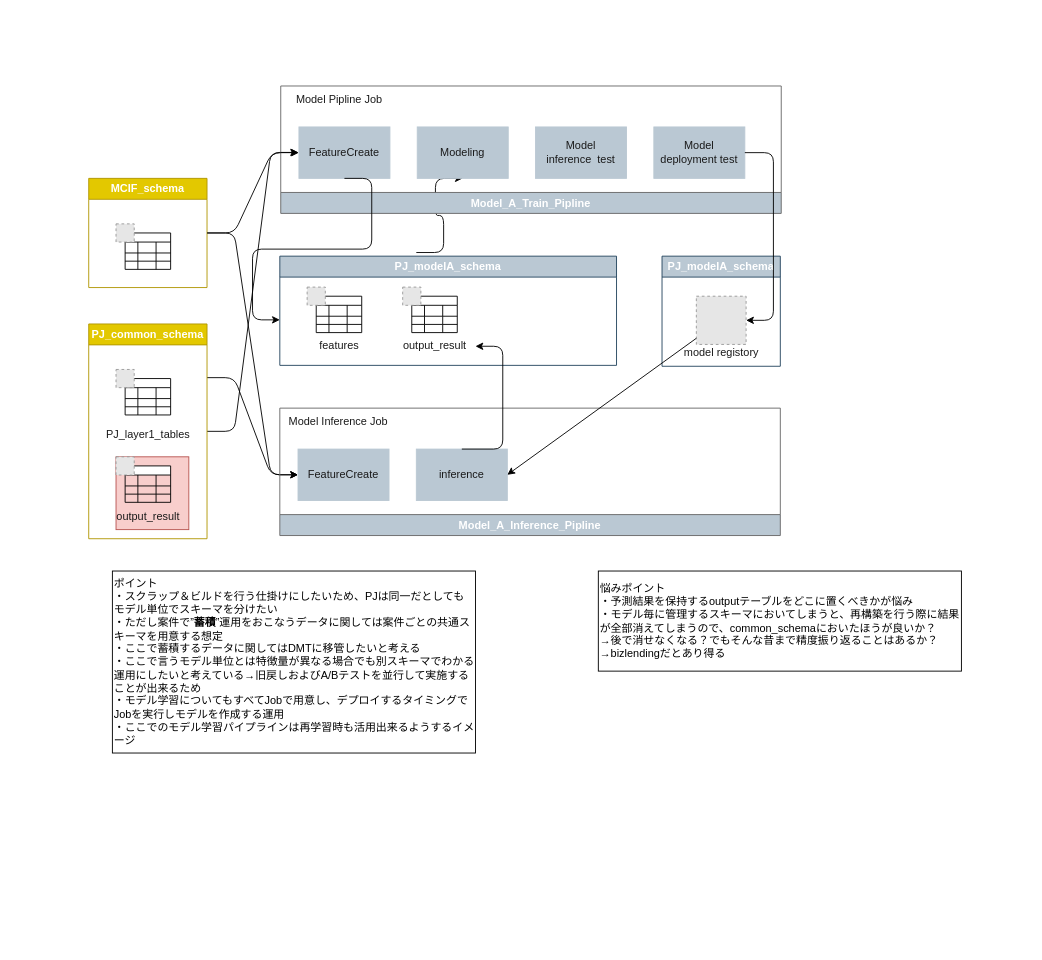
Before: page "new" (1 of 2) of mlops_flow.drawio in yuto-kobayashi-1/MLOps, a draw.io diagram. Source tidied: cells renumbered, new cells numbered last; positions are measured from the earlier drawing's top-left corner, leaving out a move shared by most shapes. Both pictures are drawn from the tidied source at 91%, with x=0, y=0 at pixel (88, 86). Pictures stored in the file or linked from it are replaced by grey dashed boxes.
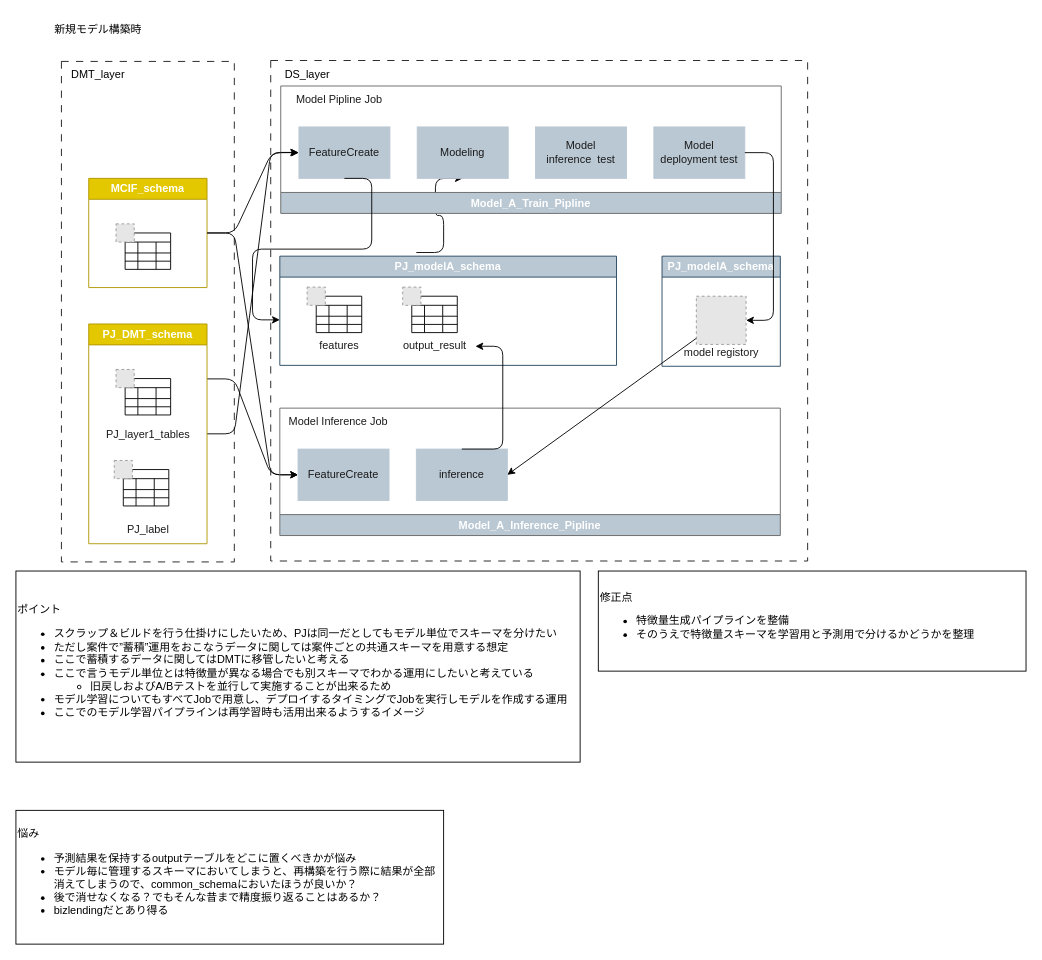
The same diagram, later.

Commit message:
add etl pipline

Change to the diagram source:
```diff
@@
+    <mxCell id="106" style="rounded=0;whiteSpace=wrap;html=1;fillColor=none;strokeColor=#1A1A1A;dashed=1;dashPattern=8 8;" parent="1" vertex="1">
+      <mxGeometry x="-30" y="-27" width="190" height="550" as="geometry" />
+    </mxCell>
+    <mxCell id="107" style="rounded=0;whiteSpace=wrap;html=1;fillColor=none;strokeColor=#1A1A1A;dashed=1;dashPattern=8 8;" parent="1" vertex="1">
+      <mxGeometry x="200" y="-28" width="590" height="550" as="geometry" />
+    </mxCell>
@@
-    <mxCell id="20" value="PJ_common_schema" style="swimlane;whiteSpace=wrap;html=1;fillColor=#e3c800;fontColor=#FFFFFF;strokeColor=#B09500;" parent="1" vertex="1">
-      <mxGeometry y="261.5" width="130" height="236" as="geometry" />
+    <mxCell id="20" value="PJ_DMT_schema" style="swimlane;whiteSpace=wrap;html=1;fillColor=#e3c800;fontColor=#FFFFFF;strokeColor=#B09500;" parent="1" vertex="1">
+      <mxGeometry y="261.5" width="130" height="241.5" as="geometry" />
     </mxCell>
@@
-    <mxCell id="36" style="group;fillColor=#f8cecc;strokeColor=#b85450;" parent="20" vertex="1">
-      <mxGeometry x="30" y="146" width="80" height="80" as="geometry" />
-    </mxCell>
-    <mxCell id="37" style="shape=table;startSize=10;childLayout=tableLayout;fontStyle=1;align=center;" parent="36" vertex="1">
-      <mxGeometry x="10" y="10" width="50" height="40" as="geometry" />
-    </mxCell>
-    <mxCell id="38" style="shape=tableRow;horizontal=0;startSize=0;swimlaneHead=0;swimlaneBody=0;top=0;left=0;bottom=0;right=0;fillColor=none;" parent="37" vertex="1">
-      <mxGeometry y="10" width="50" height="12" as="geometry" />
-    </mxCell>
-    <mxCell id="39" style="shape=partialRectangle;html=1;whiteSpace=wrap;fillColor=none;top=0;left=0;bottom=0;right=0;overflow=hidden;" parent="38" vertex="1">
-      <mxGeometry width="14" height="12" as="geometry" />
-    </mxCell>
-    <mxCell id="40" style="shape=partialRectangle;html=1;whiteSpace=wrap;fillColor=none;top=0;left=0;bottom=0;right=0;overflow=hidden;" parent="38" vertex="1">
-      <mxGeometry x="14" width="20" height="12" as="geometry" />
-    </mxCell>
-    <mxCell id="41" style="shape=partialRectangle;html=1;whiteSpace=wrap;fillColor=none;top=0;left=0;bottom=0;right=0;overflow=hidden;" parent="38" vertex="1">
-      <mxGeometry x="34" width="16" height="12" as="geometry" />
-    </mxCell>
-    <mxCell id="42" style="shape=tableRow;horizontal=0;startSize=0;swimlaneHead=0;swimlaneBody=0;top=0;left=0;bottom=0;right=0;fillColor=none;" parent="37" vertex="1">
-      <mxGeometry y="22" width="50" height="9" as="geometry" />
-    </mxCell>
-    <mxCell id="43" style="shape=partialRectangle;html=1;whiteSpace=wrap;fillColor=none;top=0;left=0;bottom=0;right=0;overflow=hidden;" parent="42" vertex="1">
-      <mxGeometry width="14" height="9" as="geometry" />
-    </mxCell>
-    <mxCell id="44" style="shape=partialRectangle;html=1;whiteSpace=wrap;fillColor=none;top=0;left=0;bottom=0;right=0;overflow=hidden;" parent="42" vertex="1">
-      <mxGeometry x="14" width="20" height="9" as="geometry" />
-    </mxCell>
-    <mxCell id="45" style="shape=partialRectangle;html=1;whiteSpace=wrap;fillColor=none;top=0;left=0;bottom=0;right=0;overflow=hidden;" parent="42" vertex="1">
-      <mxGeometry x="34" width="16" height="9" as="geometry" />
-    </mxCell>
-    <mxCell id="46" style="shape=tableRow;horizontal=0;startSize=0;swimlaneHead=0;swimlaneBody=0;top=0;left=0;bottom=0;right=0;fillColor=none;" parent="37" vertex="1">
-      <mxGeometry y="31" width="50" height="9" as="geometry" />
-    </mxCell>
-    <mxCell id="47" style="shape=partialRectangle;html=1;whiteSpace=wrap;fillColor=none;top=0;left=0;bottom=0;right=0;overflow=hidden;" parent="46" vertex="1">
-      <mxGeometry width="14" height="9" as="geometry" />
-    </mxCell>
-    <mxCell id="48" style="shape=partialRectangle;html=1;whiteSpace=wrap;fillColor=none;top=0;left=0;bottom=0;right=0;overflow=hidden;" parent="46" vertex="1">
-      <mxGeometry x="14" width="20" height="9" as="geometry" />
-    </mxCell>
-    <mxCell id="49" style="shape=partialRectangle;html=1;whiteSpace=wrap;fillColor=none;top=0;left=0;bottom=0;right=0;overflow=hidden;" parent="46" vertex="1">
-      <mxGeometry x="34" width="16" height="9" as="geometry" />
-    </mxCell>
-    <mxCell id="50" style="fillColor=#E6E6E6;strokeColor=#999999;dashed=1;verticalLabelPosition=bottom;labelBackgroundColor=default;verticalAlign=top;" parent="36" vertex="1">
-      <mxGeometry width="20" height="20" as="geometry" />
-    </mxCell>
-    <mxCell id="51" value="output_result" style="text;html=1;align=center;verticalAlign=middle;strokeColor=none;fillColor=none;fontColor=#1A1A1A;" parent="36" vertex="1">
-      <mxGeometry x="-10" y="50" width="90" height="30" as="geometry" />
-    </mxCell>
+    <mxCell id="108" value="PJ_label" style="text;html=1;align=center;verticalAlign=middle;strokeColor=none;fillColor=none;fontColor=#1A1A1A;" parent="20" vertex="1">
+      <mxGeometry x="30" y="211.5" width="70" height="30" as="geometry" />
+    </mxCell>
@@
-    <mxCell id="103" value="悩みポイント&lt;br&gt;&lt;div style=&quot;&quot;&gt;&lt;span style=&quot;background-color: initial;&quot;&gt;・予測結果を保持するoutputテーブルをどこに置くべきかが悩み&lt;/span&gt;&lt;br&gt;&lt;/div&gt;&lt;div style=&quot;&quot;&gt;&lt;span style=&quot;background-color: initial;&quot;&gt;・モデル毎に管理するスキーマにおいてしまうと、再構築を行う際に結果が全部消えてしまうので、common_schemaにおいたほうが良いか？&lt;/span&gt;&lt;/div&gt;&lt;div style=&quot;&quot;&gt;&lt;span style=&quot;background-color: initial;&quot;&gt;→後で消せなくなる？でもそんな昔まで精度振り返ることはあるか？&lt;/span&gt;&lt;/div&gt;&lt;div style=&quot;&quot;&gt;→bizlendingだとあり得る&lt;/div&gt;" style="rounded=0;whiteSpace=wrap;html=1;align=left;" parent="1" vertex="1">
-      <mxGeometry x="560" y="533" width="399" height="110" as="geometry" />
+    <mxCell id="103" value="修正点&lt;br&gt;&lt;div style=&quot;&quot;&gt;&lt;ul&gt;&lt;li&gt;特徴量生成パイプラインを整備&lt;/li&gt;&lt;li&gt;そのうえで特徴量スキーマを学習用と予測用で分けるかどうかを整理&lt;/li&gt;&lt;/ul&gt;&lt;/div&gt;" style="rounded=0;whiteSpace=wrap;html=1;align=left;" parent="1" vertex="1">
+      <mxGeometry x="560" y="533" width="470" height="110" as="geometry" />
     </mxCell>
@@
-    <mxCell id="105" value="ポイント&lt;br&gt;&lt;div style=&quot;&quot;&gt;&lt;span style=&quot;background-color: initial;&quot;&gt;・スクラップ＆ビルドを行う仕掛けにしたいため、PJは同一だとしてもモデル単位でスキーマを分けたい&lt;/span&gt;&lt;/div&gt;&lt;div style=&quot;&quot;&gt;&lt;span style=&quot;background-color: initial;&quot;&gt;・ただし案件で”&lt;b&gt;蓄積&lt;/b&gt;”運用をおこなうデータに関しては案件ごとの共通スキーマを用意する想定&lt;/span&gt;&lt;/div&gt;&lt;div style=&quot;&quot;&gt;&lt;span style=&quot;background-color: initial;&quot;&gt;・ここで蓄積するデータに関してはDMTに移管したいと考える&lt;/span&gt;&lt;/div&gt;&lt;div style=&quot;&quot;&gt;&lt;span style=&quot;background-color: initial;&quot;&gt;・ここで言うモデル単位とは特徴量が異なる場合でも別スキーマでわかる運用にしたいと考えている→旧戻しおよびA/Bテストを並行して実施することが出来るため&lt;/span&gt;&lt;/div&gt;&lt;div style=&quot;&quot;&gt;・モデル学習についてもすべてJobで用意し、デプロイするタイミングでJobを実行しモデルを作成する運用&lt;/div&gt;&lt;div style=&quot;&quot;&gt;・ここでのモデル学習パイプラインは再学習時も活用出来るようするイメージ&lt;/div&gt;" style="rounded=0;whiteSpace=wrap;html=1;align=left;" parent="1" vertex="1">
-      <mxGeometry x="26" y="533" width="399" height="200" as="geometry" />
+    <mxCell id="105" value="ポイント&lt;br&gt;&lt;div style=&quot;&quot;&gt;&lt;ul&gt;&lt;li&gt;&lt;span style=&quot;background-color: initial;&quot;&gt;スクラップ＆ビルドを行う仕掛けにしたいため、PJは同一だとしてもモデル単位でスキーマを分けたい&lt;/span&gt;&lt;/li&gt;&lt;li&gt;ただし案件で”&lt;span style=&quot;background-color: initial;&quot;&gt;蓄積&lt;/span&gt;&lt;span style=&quot;background-color: initial;&quot;&gt;”運用をおこなうデータに関しては案件ごとの共通スキーマを用意する想定&lt;/span&gt;&lt;/li&gt;&lt;li&gt;ここで蓄積するデータに関してはDMTに移管したいと考える&lt;/li&gt;&lt;li&gt;ここで言うモデル単位とは特徴量が異なる場合でも別スキーマでわかる運用にしたいと考えている&lt;/li&gt;&lt;ul&gt;&lt;li&gt;旧戻しおよびA/Bテストを並行して実施することが出来るため&lt;/li&gt;&lt;/ul&gt;&lt;li&gt;&lt;span style=&quot;background-color: initial;&quot;&gt;モデル学習についてもすべてJobで用意し、デプロイするタイミングでJobを実行しモデルを作成する運用&lt;/span&gt;&lt;/li&gt;&lt;li&gt;ここでのモデル学習パイプラインは再学習時も活用出来るようするイメージ&lt;/li&gt;&lt;/ul&gt;&lt;/div&gt;" style="rounded=0;whiteSpace=wrap;html=1;align=left;" parent="1" vertex="1">
+      <mxGeometry x="-80" y="533" width="620" height="210" as="geometry" />
     </mxCell>
+    <mxCell id="109" value="新規モデル構築時" style="text;html=1;align=center;verticalAlign=middle;strokeColor=none;fillColor=none;" parent="1" vertex="1">
+      <mxGeometry x="-50" y="-77" width="120" height="30" as="geometry" />
+    </mxCell>
+    <mxCell id="110" value="DMT_layer" style="text;html=1;align=center;verticalAlign=middle;strokeColor=none;fillColor=none;" parent="1" vertex="1">
+      <mxGeometry x="-30" y="-27" width="80" height="30" as="geometry" />
+    </mxCell>
+    <mxCell id="111" value="DS_layer" style="text;html=1;align=center;verticalAlign=middle;strokeColor=none;fillColor=none;" parent="1" vertex="1">
+      <mxGeometry x="205" y="-27" width="70" height="30" as="geometry" />
+    </mxCell>
+    <mxCell id="112" value="悩み&lt;br&gt;&lt;div style=&quot;&quot;&gt;&lt;ul&gt;&lt;li&gt;&lt;span style=&quot;background-color: initial;&quot;&gt;予測結果を保持するoutputテーブルをどこに置くべきかが悩み&lt;/span&gt;&lt;/li&gt;&lt;li&gt;モデル毎に管理するスキーマにおいてしまうと、再構築を行う際に結果が全部消えてしまうので、common_schemaにおいたほうが良いか？&lt;/li&gt;&lt;li&gt;後で消せなくなる？でもそんな昔まで精度振り返ることはあるか？&lt;/li&gt;&lt;li&gt;bizlendingだとあり得る&lt;/li&gt;&lt;/ul&gt;&lt;/div&gt;" style="rounded=0;whiteSpace=wrap;html=1;align=left;" parent="1" vertex="1">
+      <mxGeometry x="-80" y="796" width="470" height="147" as="geometry" />
+    </mxCell>
+    <mxCell id="113" style="shape=table;startSize=10;childLayout=tableLayout;fontStyle=1;align=center;" parent="1" vertex="1">
+      <mxGeometry x="38" y="421.5" width="50" height="40" as="geometry" />
+    </mxCell>
+    <mxCell id="38" style="shape=tableRow;horizontal=0;startSize=0;swimlaneHead=0;swimlaneBody=0;top=0;left=0;bottom=0;right=0;fillColor=none;" parent="113" vertex="1">
+      <mxGeometry y="10" width="50" height="12" as="geometry" />
+    </mxCell>
+    <mxCell id="39" style="shape=partialRectangle;html=1;whiteSpace=wrap;fillColor=none;top=0;left=0;bottom=0;right=0;overflow=hidden;" parent="38" vertex="1">
+      <mxGeometry width="14" height="12" as="geometry" />
+    </mxCell>
+    <mxCell id="40" style="shape=partialRectangle;html=1;whiteSpace=wrap;fillColor=none;top=0;left=0;bottom=0;right=0;overflow=hidden;" parent="38" vertex="1">
+      <mxGeometry x="14" width="20" height="12" as="geometry" />
+    </mxCell>
+    <mxCell id="41" style="shape=partialRectangle;html=1;whiteSpace=wrap;fillColor=none;top=0;left=0;bottom=0;right=0;overflow=hidden;" parent="38" vertex="1">
+      <mxGeometry x="34" width="16" height="12" as="geometry" />
+    </mxCell>
+    <mxCell id="42" style="shape=tableRow;horizontal=0;startSize=0;swimlaneHead=0;swimlaneBody=0;top=0;left=0;bottom=0;right=0;fillColor=none;" parent="113" vertex="1">
+      <mxGeometry y="22" width="50" height="9" as="geometry" />
+    </mxCell>
+    <mxCell id="114" style="shape=partialRectangle;html=1;whiteSpace=wrap;fillColor=none;top=0;left=0;bottom=0;right=0;overflow=hidden;" parent="42" vertex="1">
+      <mxGeometry width="14" height="9" as="geometry" />
+    </mxCell>
+    <mxCell id="115" style="shape=partialRectangle;html=1;whiteSpace=wrap;fillColor=none;top=0;left=0;bottom=0;right=0;overflow=hidden;" parent="42" vertex="1">
+      <mxGeometry x="14" width="20" height="9" as="geometry" />
+    </mxCell>
+    <mxCell id="116" style="shape=partialRectangle;html=1;whiteSpace=wrap;fillColor=none;top=0;left=0;bottom=0;right=0;overflow=hidden;" parent="42" vertex="1">
+      <mxGeometry x="34" width="16" height="9" as="geometry" />
+    </mxCell>
+    <mxCell id="46" style="shape=tableRow;horizontal=0;startSize=0;swimlaneHead=0;swimlaneBody=0;top=0;left=0;bottom=0;right=0;fillColor=none;" parent="113" vertex="1">
+      <mxGeometry y="31" width="50" height="9" as="geometry" />
+    </mxCell>
+    <mxCell id="117" style="shape=partialRectangle;html=1;whiteSpace=wrap;fillColor=none;top=0;left=0;bottom=0;right=0;overflow=hidden;" parent="46" vertex="1">
+      <mxGeometry width="14" height="9" as="geometry" />
+    </mxCell>
+    <mxCell id="118" style="shape=partialRectangle;html=1;whiteSpace=wrap;fillColor=none;top=0;left=0;bottom=0;right=0;overflow=hidden;" parent="46" vertex="1">
+      <mxGeometry x="14" width="20" height="9" as="geometry" />
+    </mxCell>
+    <mxCell id="119" style="shape=partialRectangle;html=1;whiteSpace=wrap;fillColor=none;top=0;left=0;bottom=0;right=0;overflow=hidden;" parent="46" vertex="1">
+      <mxGeometry x="34" width="16" height="9" as="geometry" />
+    </mxCell>
+    <mxCell id="120" style="fillColor=#E6E6E6;strokeColor=#999999;dashed=1;verticalLabelPosition=bottom;labelBackgroundColor=default;verticalAlign=top;" parent="1" vertex="1">
+      <mxGeometry x="28" y="411.5" width="20" height="20" as="geometry" />
+    </mxCell>
```
